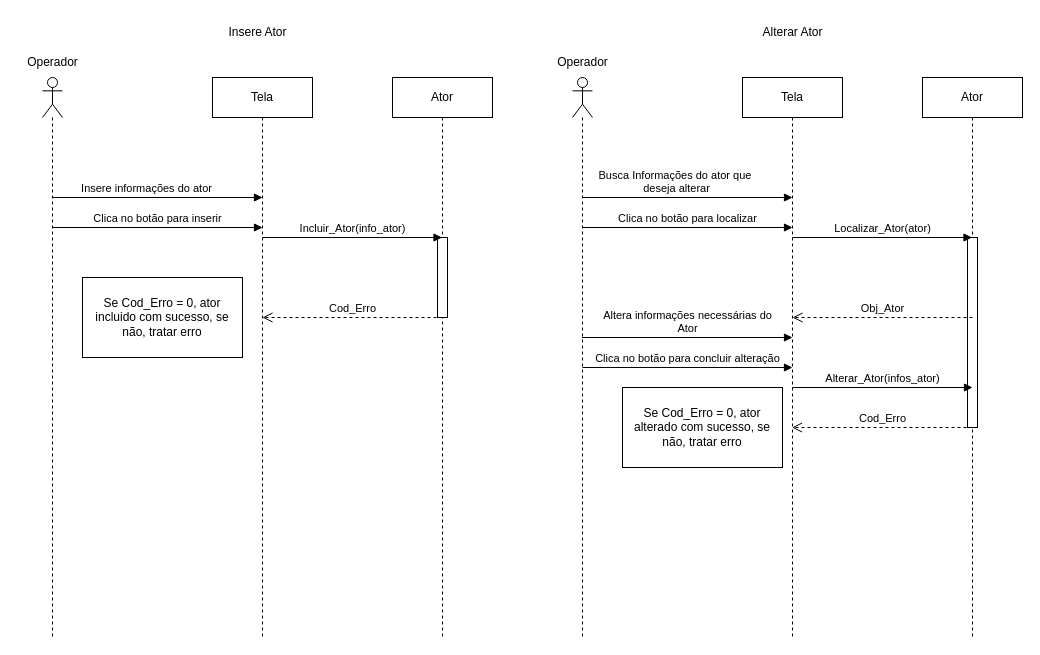
Above: Ator.drawio in Felipe-Dudek/Aula_UML (draw.io), before the change. Source tidied: cells renumbered, new cells numbered last; positions are measured from the earlier drawing's top-left corner, leaving out a move shared by most shapes. Both pictures are drawn from the tidied source at 100%, with x=0, y=0 at pixel (17, 17).
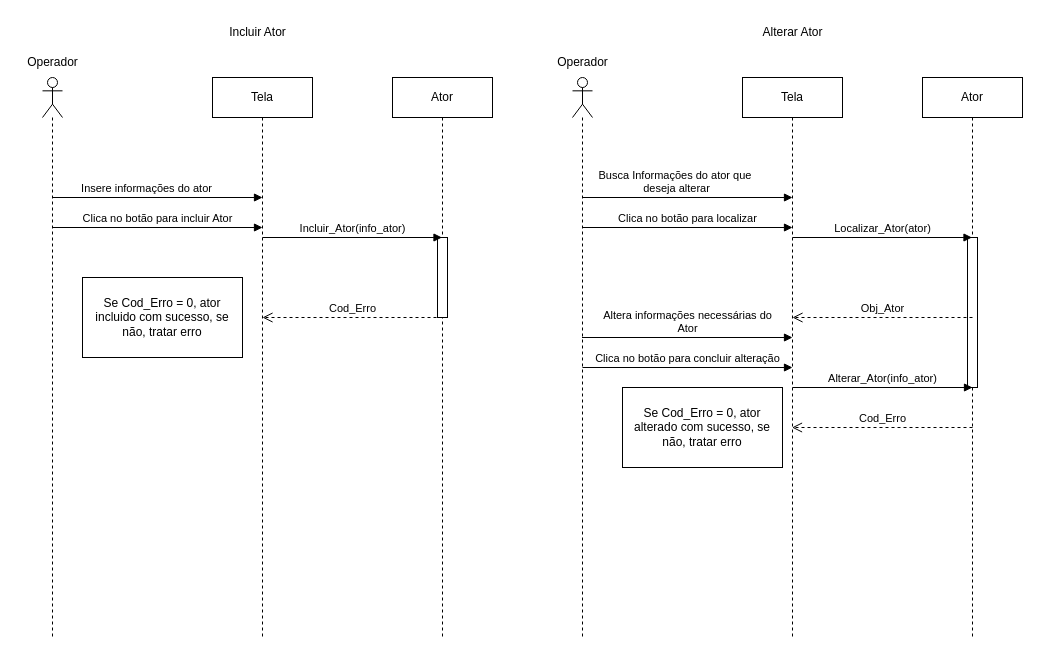
After the change.

Unchanged cells that the change refers to:
```xml
<mxCell id="9" style="shape=umlLifeline;perimeter=lifelinePerimeter;whiteSpace=wrap;html=1;outlineConnect=0;portConstraint=eastwest;newEdgeStyle={&quot;curved&quot;:0,&quot;rounded&quot;:0};participant=umlActor;" parent="1" vertex="1">
  <mxGeometry x="25" y="60" width="20" height="560" as="geometry" />
</mxCell>
<mxCell id="14" value="Ator" style="shape=umlLifeline;perimeter=lifelinePerimeter;whiteSpace=wrap;html=1;outlineConnect=0;portConstraint=eastwest;newEdgeStyle={&quot;edgeStyle&quot;:&quot;elbowEdgeStyle&quot;,&quot;elbow&quot;:&quot;vertical&quot;,&quot;curved&quot;:0,&quot;rounded&quot;:0};" parent="1" vertex="1">
  <mxGeometry x="905" y="60" width="100" height="560" as="geometry" />
</mxCell>
```

Change to the diagram source:
```diff
@@
-    <mxCell id="2" value="Insere Ator" style="text;html=1;align=center;verticalAlign=middle;strokeColor=none;fillColor=none;" parent="1" vertex="1">
+    <mxCell id="2" value="Incluir Ator" style="text;html=1;align=center;verticalAlign=middle;strokeColor=none;fillColor=none;" parent="1" vertex="1">
       <mxGeometry x="200" width="80" height="30" as="geometry" />
     </mxCell>
@@
-    <mxCell id="8" value="Clica no botão para inserir" style="html=1;verticalAlign=bottom;endArrow=block;curved=0;rounded=0;" parent="1" edge="1" source="9">
+    <mxCell id="8" value="Clica no botão para incluir Ator" style="html=1;verticalAlign=bottom;endArrow=block;curved=0;rounded=0;" parent="1" edge="1" source="9">
       <mxGeometry relative="1" as="geometry">
         <mxPoint x="245" y="210" as="targetPoint" />
       </mxGeometry>
     </mxCell>
@@
     <mxCell id="15" style="html=1;perimeter=orthogonalPerimeter;targetShapes=umlLifeline;newEdgeStyle={&quot;curved&quot;:0,&quot;rounded&quot;:0};" parent="14" vertex="1">
-      <mxGeometry x="45" y="160" width="10" height="190" as="geometry" />
+      <mxGeometry x="45" y="160" width="10" height="150" as="geometry" />
     </mxCell>
@@
-    <mxCell id="25" value="Alterar_Ator(infos_ator)" style="html=1;verticalAlign=bottom;endArrow=block;curved=0;rounded=0;" parent="1" edge="1">
+    <mxCell id="25" value="Alterar_Ator(info_ator)" style="html=1;verticalAlign=bottom;endArrow=block;curved=0;rounded=0;" parent="1" edge="1">
       <mxGeometry relative="1" as="geometry">
         <mxPoint x="775" y="370" as="sourcePoint" />
         <mxPoint x="955" y="370" as="targetPoint" />
       </mxGeometry>
     </mxCell>
```
